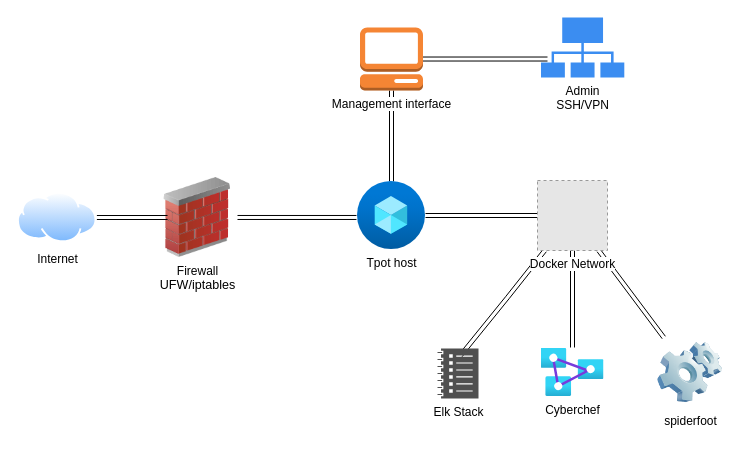
The draw.io diagram docs/ Architecture Diagram.drawio in cocomixxl/Honeypot, before the edit. Source tidied: cells renumbered, new cells numbered last; positions are measured from the earlier drawing's top-left corner, leaving out a move shared by most shapes. Both pictures are drawn from the tidied source at 100%, with x=0, y=0 at pixel (17, 17). Pictures stored in the file or linked from it are replaced by grey dashed boxes.
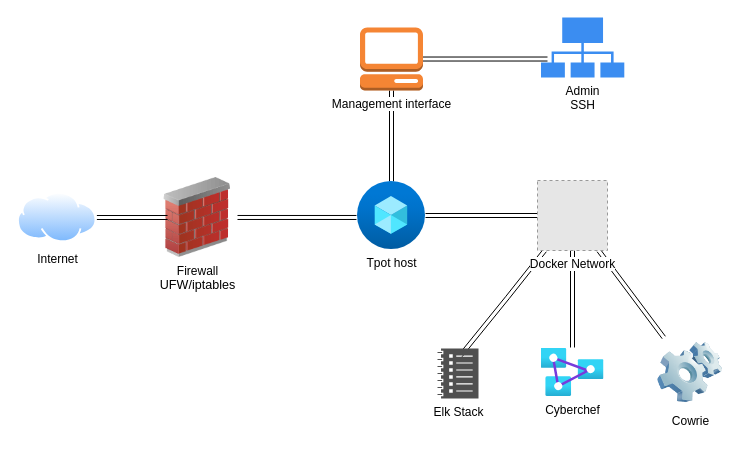
The same page after the edit.

What changed in the source:
```diff
@@
-    <mxCell id="11" value="spiderfoot&lt;div&gt;&lt;br&gt;&lt;/div&gt;" style="image;html=1;image=img/lib/clip_art/computers/Software_128x128.png;" parent="1" vertex="1">
+    <mxCell id="11" value="&lt;div&gt;Cowrie&lt;/div&gt;" style="image;html=1;image=img/lib/clip_art/computers/Software_128x128.png;" parent="1" vertex="1">
       <mxGeometry x="640" y="320" width="65" height="70" as="geometry" />
     </mxCell>
-    <mxCell id="12" value="Admin&lt;br&gt;SSH/VPN" style="sketch=0;html=1;strokeColor=none;shadow=0;fillColor=#3B8DF1;verticalAlign=top;labelPosition=center;verticalLabelPosition=bottom;shape=mxgraph.gcp2.connected;" parent="1" vertex="1">
+    <mxCell id="12" value="Admin&lt;br&gt;SSH" style="sketch=0;html=1;strokeColor=none;shadow=0;fillColor=#3B8DF1;verticalAlign=top;labelPosition=center;verticalLabelPosition=bottom;shape=mxgraph.gcp2.connected;" parent="1" vertex="1">
       <mxGeometry x="523.5" width="83.3" height="60" as="geometry" />
     </mxCell>
```
